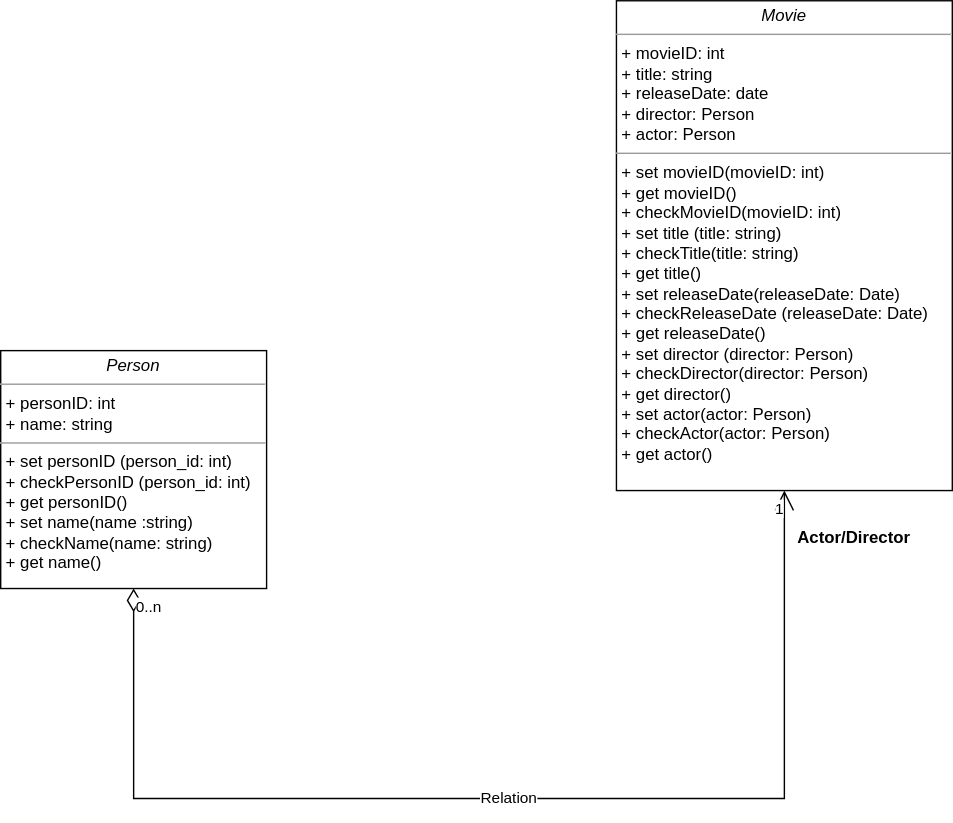
fontvu/WebApplication-BTU-SO23 keeps this draw.io diagram as docs/OO_class_model.svg. Above is the earlier version. Source tidied: cells renumbered, new cells last; positions are measured from the earlier drawing's top-left corner, leaving out a move shared by most shapes. Source of this version:
```xml
<mxGraphModel>
  <root>
    <mxCell id="0" />
    <mxCell id="1" parent="0" />
    <mxCell id="2" value="&lt;p style=&quot;margin:0px;margin-top:4px;text-align:center;&quot;&gt;&lt;i&gt;Movie&lt;/i&gt;&lt;/p&gt;&lt;hr size=&quot;1&quot;&gt;&lt;p style=&quot;margin:0px;margin-left:4px;&quot;&gt;+ movieID: int&lt;br&gt;+ title: string&lt;/p&gt;&lt;p style=&quot;margin:0px;margin-left:4px;&quot;&gt;+ releaseDate: date&lt;/p&gt;&lt;p style=&quot;margin:0px;margin-left:4px;&quot;&gt;+ director: Person&lt;/p&gt;&lt;p style=&quot;margin:0px;margin-left:4px;&quot;&gt;+ actor: Person&lt;/p&gt;&lt;hr size=&quot;1&quot;&gt;&lt;p style=&quot;margin:0px;margin-left:4px;&quot;&gt;+ set movieID(movieID: int)&lt;br&gt;+ get movieID()&lt;br&gt;&lt;/p&gt;&lt;p style=&quot;margin:0px;margin-left:4px;&quot;&gt;+ checkMovieID(movieID: int)&lt;br&gt;&lt;/p&gt;&lt;p style=&quot;margin:0px;margin-left:4px;&quot;&gt;+ set title (title: string)&lt;br&gt;&lt;/p&gt;&lt;p style=&quot;margin:0px;margin-left:4px;&quot;&gt;+ checkTitle(title: string)&lt;/p&gt;&lt;p style=&quot;margin:0px;margin-left:4px;&quot;&gt;+ get title()&lt;br&gt;&lt;/p&gt;&lt;p style=&quot;margin:0px;margin-left:4px;&quot;&gt;+ set releaseDate(releaseDate: Date)&lt;br&gt;&lt;/p&gt;&lt;p style=&quot;margin:0px;margin-left:4px;&quot;&gt;+ checkReleaseDate (releaseDate: Date)&lt;br&gt;&lt;/p&gt;&lt;p style=&quot;margin: 0px 0px 0px 4px;&quot;&gt;+ get releaseDate()&lt;/p&gt;&lt;p style=&quot;margin: 0px 0px 0px 4px;&quot;&gt;+ set director (director: Person)&lt;br&gt;&lt;/p&gt;&lt;p style=&quot;margin: 0px 0px 0px 4px;&quot;&gt;+ checkDirector(director: Person)&lt;/p&gt;&lt;p style=&quot;margin: 0px 0px 0px 4px;&quot;&gt;+ get director()&lt;/p&gt;&lt;p style=&quot;margin: 0px 0px 0px 4px;&quot;&gt;+ set actor(actor: Person)&lt;br&gt;&lt;/p&gt;&lt;p style=&quot;margin: 0px 0px 0px 4px;&quot;&gt;+ checkActor(actor: Person)&lt;/p&gt;&lt;p style=&quot;margin: 0px 0px 0px 4px;&quot;&gt;+ get actor()&lt;/p&gt;" style="verticalAlign=top;align=left;overflow=fill;fontSize=12;fontFamily=Helvetica;html=1;rounded=0;shadow=0;comic=0;labelBackgroundColor=none;strokeWidth=1;" parent="1" vertex="1">
      <mxGeometry x="440" width="240" height="350" as="geometry" />
    </mxCell>
    <mxCell id="3" value="&lt;p style=&quot;margin:0px;margin-top:4px;text-align:center;&quot;&gt;&lt;i&gt;Person&lt;/i&gt;&lt;/p&gt;&lt;hr size=&quot;1&quot;&gt;&lt;p style=&quot;margin:0px;margin-left:4px;&quot;&gt;+ personID: int&lt;br&gt;+ name: string&lt;/p&gt;&lt;hr size=&quot;1&quot;&gt;&lt;p style=&quot;margin:0px;margin-left:4px;&quot;&gt;+ set personID (person_id: int)&lt;/p&gt;&lt;p style=&quot;margin:0px;margin-left:4px;&quot;&gt;+ checkPersonID (person_id: int)&lt;/p&gt;&lt;p style=&quot;margin:0px;margin-left:4px;&quot;&gt;+ get personID()&lt;/p&gt;&lt;p style=&quot;margin:0px;margin-left:4px;&quot;&gt;+ set name(name :string)&lt;/p&gt;&lt;p style=&quot;margin:0px;margin-left:4px;&quot;&gt;+ checkName(name: string)&lt;/p&gt;&lt;p style=&quot;margin:0px;margin-left:4px;&quot;&gt;+ get name()&lt;/p&gt;" style="verticalAlign=top;align=left;overflow=fill;fontSize=12;fontFamily=Helvetica;html=1;rounded=0;shadow=0;comic=0;labelBackgroundColor=none;strokeWidth=1;" parent="1" vertex="1">
      <mxGeometry y="250" width="190" height="170" as="geometry" />
    </mxCell>
    <mxCell id="4" value="Relation" style="endArrow=open;html=1;endSize=12;startArrow=diamondThin;startSize=14;startFill=0;edgeStyle=orthogonalEdgeStyle;rounded=0;entryX=0.5;entryY=1;entryDx=0;entryDy=0;exitX=0.5;exitY=1;exitDx=0;exitDy=0;" parent="1" edge="1" source="3" target="2">
      <mxGeometry relative="1" as="geometry">
        <Array as="points">
          <mxPoint x="95" y="570" />
          <mxPoint x="560" y="570" />
        </Array>
      </mxGeometry>
    </mxCell>
    <mxCell id="5" value="0..n" style="edgeLabel;html=1;align=left;verticalAlign=top;" parent="4" vertex="1">
      <mxGeometry x="-1" relative="1" as="geometry" />
    </mxCell>
    <mxCell id="6" value="1" style="edgeLabel;html=1;align=right;verticalAlign=top;" parent="4" vertex="1">
      <mxGeometry x="1" relative="1" as="geometry" />
    </mxCell>
    <mxCell id="7" value="Actor/Director" style="text;align=center;fontStyle=1;verticalAlign=middle;spacingLeft=3;spacingRight=3;strokeColor=none;" parent="1" vertex="1">
      <mxGeometry x="570" y="370" width="80" height="26" as="geometry" />
    </mxCell>
  </root>
</mxGraphModel>
```
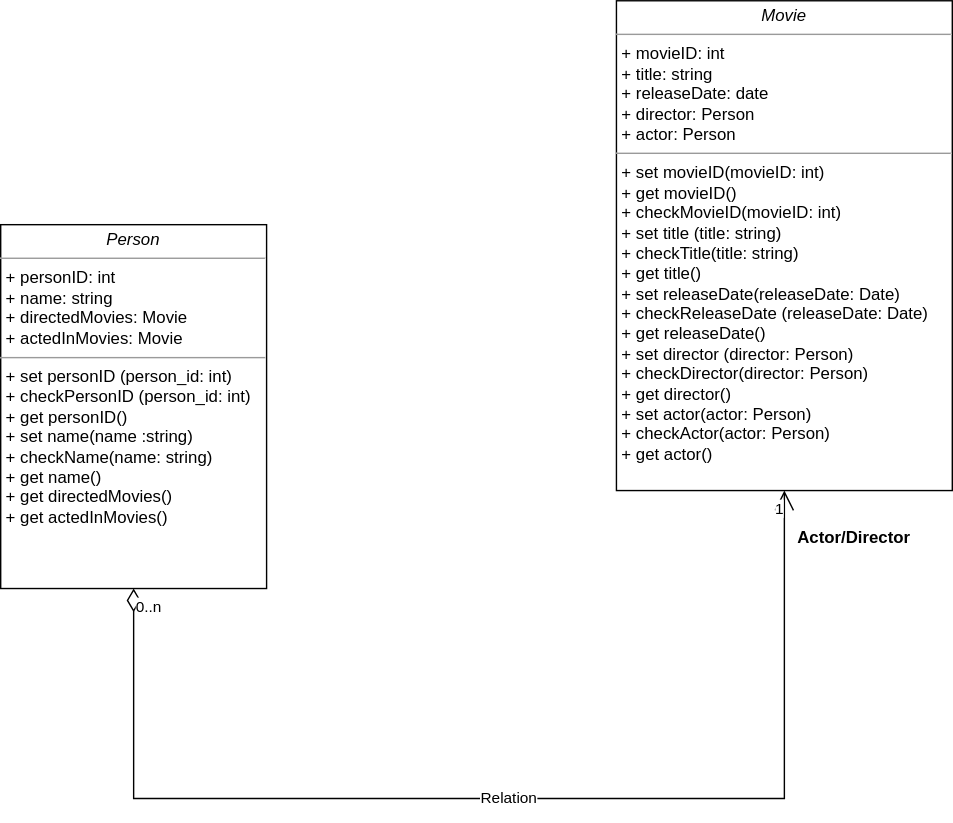
The same file after the commit.

Commit message:
add diagrams OO class and js class

The edit, as a diff of the source:
```diff
@@ -5,8 +5,8 @@
     <mxCell id="2" value="&lt;p style=&quot;margin:0px;margin-top:4px;text-align:center;&quot;&gt;&lt;i&gt;Movie&lt;/i&gt;&lt;/p&gt;&lt;hr size=&quot;1&quot;&gt;&lt;p style=&quot;margin:0px;margin-left:4px;&quot;&gt;+ movieID: int&lt;br&gt;+ title: string&lt;/p&gt;&lt;p style=&quot;margin:0px;margin-left:4px;&quot;&gt;+ releaseDate: date&lt;/p&gt;&lt;p style=&quot;margin:0px;margin-left:4px;&quot;&gt;+ director: Person&lt;/p&gt;&lt;p style=&quot;margin:0px;margin-left:4px;&quot;&gt;+ actor: Person&lt;/p&gt;&lt;hr size=&quot;1&quot;&gt;&lt;p style=&quot;margin:0px;margin-left:4px;&quot;&gt;+ set movieID(movieID: int)&lt;br&gt;+ get movieID()&lt;br&gt;&lt;/p&gt;&lt;p style=&quot;margin:0px;margin-left:4px;&quot;&gt;+ checkMovieID(movieID: int)&lt;br&gt;&lt;/p&gt;&lt;p style=&quot;margin:0px;margin-left:4px;&quot;&gt;+ set title (title: string)&lt;br&gt;&lt;/p&gt;&lt;p style=&quot;margin:0px;margin-left:4px;&quot;&gt;+ checkTitle(title: string)&lt;/p&gt;&lt;p style=&quot;margin:0px;margin-left:4px;&quot;&gt;+ get title()&lt;br&gt;&lt;/p&gt;&lt;p style=&quot;margin:0px;margin-left:4px;&quot;&gt;+ set releaseDate(releaseDate: Date)&lt;br&gt;&lt;/p&gt;&lt;p style=&quot;margin:0px;margin-left:4px;&quot;&gt;+ checkReleaseDate (releaseDate: Date)&lt;br&gt;&lt;/p&gt;&lt;p style=&quot;margin: 0px 0px 0px 4px;&quot;&gt;+ get releaseDate()&lt;/p&gt;&lt;p style=&quot;margin: 0px 0px 0px 4px;&quot;&gt;+ set director (director: Person)&lt;br&gt;&lt;/p&gt;&lt;p style=&quot;margin: 0px 0px 0px 4px;&quot;&gt;+ checkDirector(director: Person)&lt;/p&gt;&lt;p style=&quot;margin: 0px 0px 0px 4px;&quot;&gt;+ get director()&lt;/p&gt;&lt;p style=&quot;margin: 0px 0px 0px 4px;&quot;&gt;+ set actor(actor: Person)&lt;br&gt;&lt;/p&gt;&lt;p style=&quot;margin: 0px 0px 0px 4px;&quot;&gt;+ checkActor(actor: Person)&lt;/p&gt;&lt;p style=&quot;margin: 0px 0px 0px 4px;&quot;&gt;+ get actor()&lt;/p&gt;" style="verticalAlign=top;align=left;overflow=fill;fontSize=12;fontFamily=Helvetica;html=1;rounded=0;shadow=0;comic=0;labelBackgroundColor=none;strokeWidth=1;" parent="1" vertex="1">
       <mxGeometry x="440" width="240" height="350" as="geometry" />
     </mxCell>
-    <mxCell id="3" value="&lt;p style=&quot;margin:0px;margin-top:4px;text-align:center;&quot;&gt;&lt;i&gt;Person&lt;/i&gt;&lt;/p&gt;&lt;hr size=&quot;1&quot;&gt;&lt;p style=&quot;margin:0px;margin-left:4px;&quot;&gt;+ personID: int&lt;br&gt;+ name: string&lt;/p&gt;&lt;hr size=&quot;1&quot;&gt;&lt;p style=&quot;margin:0px;margin-left:4px;&quot;&gt;+ set personID (person_id: int)&lt;/p&gt;&lt;p style=&quot;margin:0px;margin-left:4px;&quot;&gt;+ checkPersonID (person_id: int)&lt;/p&gt;&lt;p style=&quot;margin:0px;margin-left:4px;&quot;&gt;+ get personID()&lt;/p&gt;&lt;p style=&quot;margin:0px;margin-left:4px;&quot;&gt;+ set name(name :string)&lt;/p&gt;&lt;p style=&quot;margin:0px;margin-left:4px;&quot;&gt;+ checkName(name: string)&lt;/p&gt;&lt;p style=&quot;margin:0px;margin-left:4px;&quot;&gt;+ get name()&lt;/p&gt;" style="verticalAlign=top;align=left;overflow=fill;fontSize=12;fontFamily=Helvetica;html=1;rounded=0;shadow=0;comic=0;labelBackgroundColor=none;strokeWidth=1;" parent="1" vertex="1">
-      <mxGeometry y="250" width="190" height="170" as="geometry" />
+    <mxCell id="3" value="&lt;p style=&quot;margin:0px;margin-top:4px;text-align:center;&quot;&gt;&lt;i&gt;Person&lt;/i&gt;&lt;/p&gt;&lt;hr size=&quot;1&quot;&gt;&lt;p style=&quot;margin:0px;margin-left:4px;&quot;&gt;+ personID: int&lt;br&gt;+ name: string&lt;/p&gt;&lt;p style=&quot;margin:0px;margin-left:4px;&quot;&gt;+ directedMovies: Movie&lt;/p&gt;&lt;p style=&quot;margin:0px;margin-left:4px;&quot;&gt;+ actedInMovies: Movie&lt;/p&gt;&lt;hr size=&quot;1&quot;&gt;&lt;p style=&quot;margin:0px;margin-left:4px;&quot;&gt;+ set personID (person_id: int)&lt;/p&gt;&lt;p style=&quot;margin:0px;margin-left:4px;&quot;&gt;+ checkPersonID (person_id: int)&lt;/p&gt;&lt;p style=&quot;margin:0px;margin-left:4px;&quot;&gt;+ get personID()&lt;/p&gt;&lt;p style=&quot;margin:0px;margin-left:4px;&quot;&gt;+ set name(name :string)&lt;/p&gt;&lt;p style=&quot;margin:0px;margin-left:4px;&quot;&gt;+ checkName(name: string)&lt;/p&gt;&lt;p style=&quot;margin:0px;margin-left:4px;&quot;&gt;+ get name()&lt;/p&gt;&lt;p style=&quot;margin:0px;margin-left:4px;&quot;&gt;+ get directedMovies()&lt;/p&gt;&lt;p style=&quot;margin:0px;margin-left:4px;&quot;&gt;+ get actedInMovies()&lt;/p&gt;" style="verticalAlign=top;align=left;overflow=fill;fontSize=12;fontFamily=Helvetica;html=1;rounded=0;shadow=0;comic=0;labelBackgroundColor=none;strokeWidth=1;" parent="1" vertex="1">
+      <mxGeometry y="160" width="190" height="260" as="geometry" />
     </mxCell>
     <mxCell id="4" value="Relation" style="endArrow=open;html=1;endSize=12;startArrow=diamondThin;startSize=14;startFill=0;edgeStyle=orthogonalEdgeStyle;rounded=0;entryX=0.5;entryY=1;entryDx=0;entryDy=0;exitX=0.5;exitY=1;exitDx=0;exitDy=0;" parent="1" edge="1" source="3" target="2">
       <mxGeometry relative="1" as="geometry">
```
